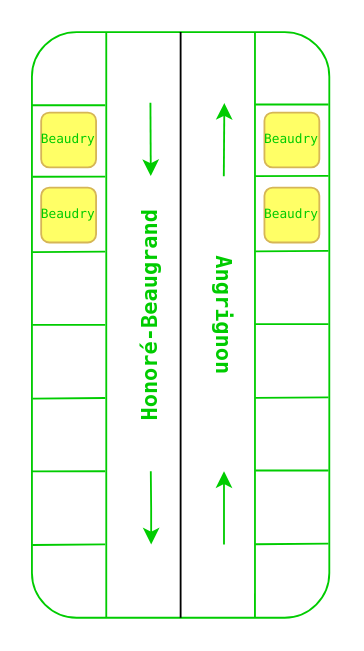
This is images/stm/beaudry.drawio from khalilv/khalilv.github.io, a draw.io file, before an edit. Source tidied: cells renumbered, new cells numbered last; positions are measured from the earlier drawing's top-left corner, leaving out a move shared by most shapes. Both pictures are drawn from the tidied source at 183%, with x=0, y=0 at pixel (-113, 102).
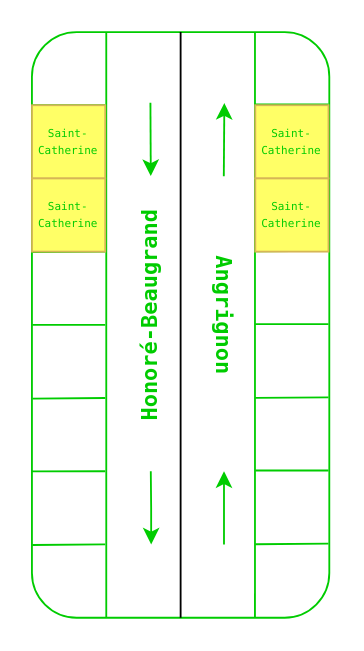
Above is the later version.

Unchanged cells that the change refers to:
```xml
<mxCell id="2" style="rounded=1;whiteSpace=wrap;html=1;rotation=-90;strokeColor=#00CC00;" parent="1" vertex="1">
  <mxGeometry x="0.2" y="39.8" width="320" height="162.5" as="geometry" />
</mxCell>
```

The edit, as a diff of the source:
```diff
@@
-    <mxCell id="10" style="endArrow=none;html=1;rounded=0;entryX=1;entryY=0.25;entryDx=0;entryDy=0;exitX=0;exitY=0.25;exitDx=0;exitDy=0;strokeColor=#00CC00;" parent="1" edge="1" source="2" target="2">
+    <mxCell id="10" style="endArrow=none;html=1;rounded=0;entryX=1;entryY=0.25;entryDx=0;entryDy=0;exitX=0;exitY=0.25;exitDx=0;exitDy=0;strokeColor=#00CC00;endSize=9;" parent="1" edge="1" source="2" target="2">
       <mxGeometry relative="1" as="geometry" />
     </mxCell>
@@
-    <mxCell id="26" value="Beaudry" style="text;html=1;strokeColor=#d6b656;fillColor=#FFFF66;align=center;verticalAlign=middle;whiteSpace=wrap;rounded=1;fontFamily=Lucida Console;fontSize=7;fontColor=#00CC00;glass=0;sketch=0;" parent="1" vertex="1">
-      <mxGeometry x="206" y="5" width="30" height="30" as="geometry" />
-    </mxCell>
-    <mxCell id="27" value="Beaudry" style="text;html=1;strokeColor=#d6b656;fillColor=#FFFF66;align=center;verticalAlign=middle;whiteSpace=wrap;rounded=1;fontFamily=Lucida Console;fontSize=7;fontColor=#00CC00;glass=0;sketch=0;" parent="1" vertex="1">
-      <mxGeometry x="206" y="46" width="30" height="30" as="geometry" />
-    </mxCell>
-    <mxCell id="28" value="Beaudry" style="text;html=1;strokeColor=#d6b656;fillColor=#FFFF66;align=center;verticalAlign=middle;whiteSpace=wrap;rounded=1;fontFamily=Lucida Console;fontSize=7;fontColor=#00CC00;glass=0;sketch=0;" parent="1" vertex="1">
-      <mxGeometry x="84" y="5" width="30" height="30" as="geometry" />
+    <mxCell id="28" value="&lt;font style=&quot;font-size: 6px;&quot;&gt;Saint-Catherine&lt;/font&gt;" style="text;html=1;strokeColor=#d6b656;fillColor=#FFFF66;align=center;verticalAlign=middle;whiteSpace=wrap;rounded=1;fontFamily=Lucida Console;fontSize=7;fontColor=#00CC00;glass=0;sketch=0;arcSize=0;" parent="1" vertex="1">
+      <mxGeometry x="79" y="1" width="40" height="40" as="geometry" />
     </mxCell>
-    <mxCell id="29" value="Beaudry" style="text;html=1;strokeColor=#d6b656;fillColor=#FFFF66;align=center;verticalAlign=middle;whiteSpace=wrap;rounded=1;fontFamily=Lucida Console;fontSize=7;fontColor=#00CC00;glass=0;sketch=0;" parent="1" vertex="1">
-      <mxGeometry x="84" y="46" width="30" height="30" as="geometry" />
-    </mxCell>
+    <mxCell id="30" value="&lt;font style=&quot;font-size: 6px;&quot;&gt;Saint-Catherine&lt;/font&gt;" style="text;html=1;strokeColor=#d6b656;fillColor=#FFFF66;align=center;verticalAlign=middle;whiteSpace=wrap;rounded=1;fontFamily=Lucida Console;fontSize=7;fontColor=#00CC00;glass=0;sketch=0;arcSize=0;" parent="1" vertex="1">
+      <mxGeometry x="79" y="41" width="40" height="40" as="geometry" />
+    </mxCell>
+    <mxCell id="31" value="&lt;font style=&quot;font-size: 6px;&quot;&gt;Saint-Catherine&lt;/font&gt;" style="text;html=1;strokeColor=#d6b656;fillColor=#FFFF66;align=center;verticalAlign=middle;whiteSpace=wrap;rounded=1;fontFamily=Lucida Console;fontSize=7;fontColor=#00CC00;glass=0;sketch=0;arcSize=0;" parent="1" vertex="1">
+      <mxGeometry x="201" y="1" width="40" height="40" as="geometry" />
+    </mxCell>
+    <mxCell id="32" value="&lt;font style=&quot;font-size: 6px;&quot;&gt;Saint-Catherine&lt;/font&gt;" style="text;html=1;strokeColor=#d6b656;fillColor=#FFFF66;align=center;verticalAlign=middle;whiteSpace=wrap;rounded=1;fontFamily=Lucida Console;fontSize=7;fontColor=#00CC00;glass=0;sketch=0;arcSize=0;" parent="1" vertex="1">
+      <mxGeometry x="201" y="41" width="40" height="40" as="geometry" />
+    </mxCell>
```
